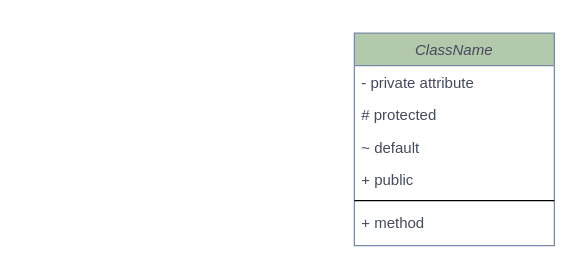
ZhengweiHou/simplegit keeps this draw.io diagram as page "图例" (1 of 4) of diagrams.net/Nacos架构梳理.drawio. Above is the earlier version. Source tidied: cells renumbered, new cells numbered last; positions are measured from the earlier drawing's top-left corner, leaving out a move shared by most shapes. Both pictures are drawn from the tidied source at 125%, with x=0, y=0 at pixel (354, 32).
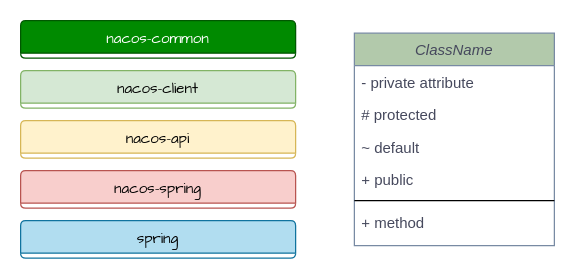
The same diagram, later.

What changed in the source:
```diff
@@
 <mxGraphModel>
   <root>
     <mxCell id="0" />
     <mxCell id="1" parent="0" />
     <mxCell id="2" value="ClassName" style="swimlane;fontStyle=2;align=center;verticalAlign=top;horizontal=1;startSize=26;rounded=0;shadow=0;strokeWidth=1;fillColor=#B2C9AB;strokeColor=#788AA3;fontColor=#46495D;" parent="1" vertex="1">
       <mxGeometry width="160" height="170" as="geometry" />
     </mxCell>
     <mxCell id="3" value="- private attribute" style="text;align=left;verticalAlign=top;spacingLeft=4;spacingRight=4;overflow=hidden;fontColor=#46495D;" parent="2" vertex="1">
       <mxGeometry y="26" width="160" height="26" as="geometry" />
     </mxCell>
     <mxCell id="4" value="# protected" style="text;align=left;verticalAlign=top;spacingLeft=4;spacingRight=4;overflow=hidden;fontColor=#46495D;" parent="2" vertex="1">
       <mxGeometry y="52" width="160" height="26" as="geometry" />
     </mxCell>
     <mxCell id="5" value="~ default" style="text;align=left;verticalAlign=top;spacingLeft=4;spacingRight=4;overflow=hidden;fontColor=#46495D;" parent="2" vertex="1">
       <mxGeometry y="78" width="160" height="26" as="geometry" />
     </mxCell>
     <mxCell id="6" value="+ public" style="text;align=left;verticalAlign=top;spacingLeft=4;spacingRight=4;overflow=hidden;fontColor=#46495D;" parent="2" vertex="1">
       <mxGeometry y="104" width="160" height="26" as="geometry" />
     </mxCell>
     <mxCell id="7" style="line;strokeWidth=1;fillColor=none;align=left;verticalAlign=middle;spacingTop=-1;spacingLeft=3;spacingRight=3;labelPosition=right;rounded=0;sketch=0;fontColor=#46495D;" parent="2" vertex="1">
       <mxGeometry y="130" width="160" height="8" as="geometry" />
     </mxCell>
     <mxCell id="8" value="+ method" style="text;strokeColor=none;fillColor=none;align=left;verticalAlign=top;spacingLeft=4;spacingRight=4;overflow=hidden;rounded=0;sketch=0;fontColor=#46495D;" parent="2" vertex="1">
       <mxGeometry y="138" width="160" height="26" as="geometry" />
     </mxCell>
+    <mxCell id="9" value="nacos-common" style="swimlane;fontStyle=0;align=center;verticalAlign=top;horizontal=1;startSize=26;shadow=0;strokeWidth=1;fillColor=#008a00;strokeColor=#005700;fontFamily=Comic Sans MS;rounded=1;sketch=0;fontColor=#ffffff;" parent="1" vertex="1">
+      <mxGeometry x="-267" y="-10" width="220" height="30" as="geometry" />
+    </mxCell>
+    <mxCell id="10" value="nacos-client" style="swimlane;fontStyle=0;align=center;verticalAlign=top;horizontal=1;startSize=26;shadow=0;strokeWidth=1;fillColor=#d5e8d4;strokeColor=#82b366;fontFamily=Comic Sans MS;rounded=1;sketch=0;" parent="1" vertex="1">
+      <mxGeometry x="-267" y="30" width="220" height="30" as="geometry" />
+    </mxCell>
+    <mxCell id="11" value="nacos-api" style="swimlane;fontStyle=0;align=center;verticalAlign=top;horizontal=1;startSize=26;shadow=0;strokeWidth=1;fillColor=#fff2cc;strokeColor=#d6b656;fontFamily=Comic Sans MS;rounded=1;sketch=0;" parent="1" vertex="1">
+      <mxGeometry x="-267" y="70" width="220" height="30" as="geometry" />
+    </mxCell>
+    <mxCell id="12" value="nacos-spring" style="swimlane;fontStyle=0;align=center;verticalAlign=top;horizontal=1;startSize=26;shadow=0;strokeWidth=1;fillColor=#f8cecc;strokeColor=#b85450;fontFamily=Comic Sans MS;rounded=1;sketch=0;" parent="1" vertex="1">
+      <mxGeometry x="-267" y="110" width="220" height="30" as="geometry" />
+    </mxCell>
+    <mxCell id="13" value="spring" style="swimlane;fontStyle=0;align=center;verticalAlign=top;horizontal=1;startSize=26;shadow=0;strokeWidth=1;fillColor=#b1ddf0;strokeColor=#10739e;fontFamily=Comic Sans MS;rounded=1;sketch=0;" parent="1" vertex="1">
+      <mxGeometry x="-267" y="150" width="220" height="30" as="geometry" />
+    </mxCell>
   </root>
 </mxGraphModel>
```
